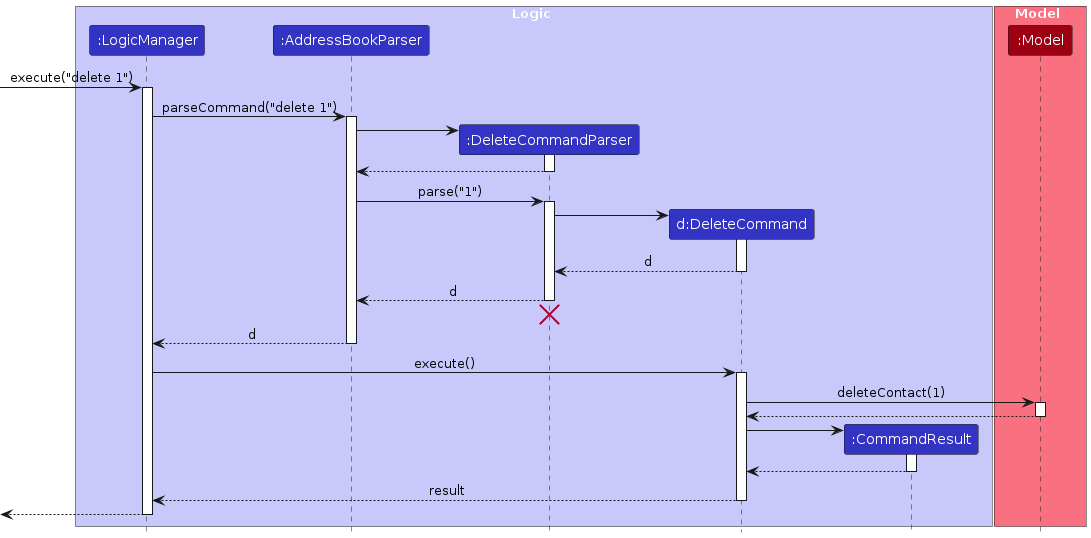
This is diagrams/DeleteSequenceDiagram.png from AY2324S1-CS2103T-T09-1/tp, a PlantUML export, as it was before one commit. Its source is kept beside it as diagrams/DeleteSequenceDiagram.puml.
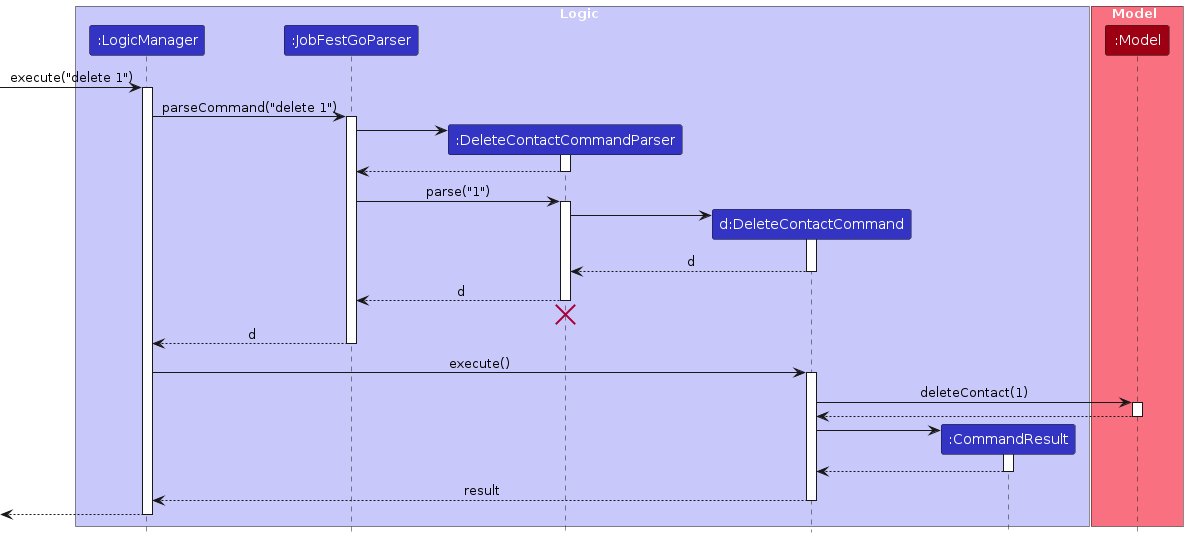
The same file after the commit.

The edit, as a diff of the source:
```diff
@@ -4,9 +4,9 @@
 
 box Logic LOGIC_COLOR_T1
 participant ":LogicManager" as LogicManager LOGIC_COLOR
-participant ":AddressBookParser" as AddressBookParser LOGIC_COLOR
-participant ":DeleteCommandParser" as DeleteCommandParser LOGIC_COLOR
-participant "d:DeleteCommand" as DeleteCommand LOGIC_COLOR
+participant ":JobFestGoParser" as JobFestGoParser LOGIC_COLOR
+participant ":DeleteContactCommandParser" as DeleteContactCommandParser LOGIC_COLOR
+participant "d:DeleteContactCommand" as DeleteContactCommand LOGIC_COLOR
 participant ":CommandResult" as CommandResult LOGIC_COLOR
 end box
 
@@ -17,52 +17,52 @@
 [-> LogicManager : execute("delete 1")
 activate LogicManager
 
-LogicManager -> AddressBookParser : parseCommand("delete 1")
-activate AddressBookParser
+LogicManager -> JobFestGoParser : parseCommand("delete 1")
+activate JobFestGoParser
 
-create DeleteCommandParser
-AddressBookParser -> DeleteCommandParser
-activate DeleteCommandParser
+create DeleteContactCommandParser
+JobFestGoParser -> DeleteContactCommandParser
+activate DeleteContactCommandParser
 
-DeleteCommandParser --> AddressBookParser
-deactivate DeleteCommandParser
+DeleteContactCommandParser --> JobFestGoParser
+deactivate DeleteContactCommandParser
 
-AddressBookParser -> DeleteCommandParser : parse("1")
-activate DeleteCommandParser
+JobFestGoParser -> DeleteContactCommandParser : parse("1")
+activate DeleteContactCommandParser
 
-create DeleteCommand
-DeleteCommandParser -> DeleteCommand
-activate DeleteCommand
+create DeleteContactCommand
+DeleteContactCommandParser -> DeleteContactCommand
+activate DeleteContactCommand
 
-DeleteCommand --> DeleteCommandParser : d
-deactivate DeleteCommand
+DeleteContactCommand --> DeleteContactCommandParser : d
+deactivate DeleteContactCommand
 
-DeleteCommandParser --> AddressBookParser : d
-deactivate DeleteCommandParser
-DeleteCommandParser -[hidden]-> AddressBookParser
-destroy DeleteCommandParser
+DeleteContactCommandParser --> JobFestGoParser : d
+deactivate DeleteContactCommandParser
+DeleteContactCommandParser -[hidden]-> JobFestGoParser
+destroy DeleteContactCommandParser
 
-AddressBookParser --> LogicManager : d
-deactivate AddressBookParser
+JobFestGoParser --> LogicManager : d
+deactivate JobFestGoParser
 
-LogicManager -> DeleteCommand : execute()
-activate DeleteCommand
+LogicManager -> DeleteContactCommand : execute()
+activate DeleteContactCommand
 
-DeleteCommand -> Model : deleteContact(1)
+DeleteContactCommand -> Model : deleteContact(1)
 activate Model
 
-Model --> DeleteCommand
+Model --> DeleteContactCommand
 deactivate Model
 
 create CommandResult
-DeleteCommand -> CommandResult
+DeleteContactCommand -> CommandResult
 activate CommandResult
 
-CommandResult --> DeleteCommand
+CommandResult --> DeleteContactCommand
 deactivate CommandResult
 
-DeleteCommand --> LogicManager : result
-deactivate DeleteCommand
+DeleteContactCommand --> LogicManager : result
+deactivate DeleteContactCommand
 
 [<--LogicManager
 deactivate LogicManager
```
